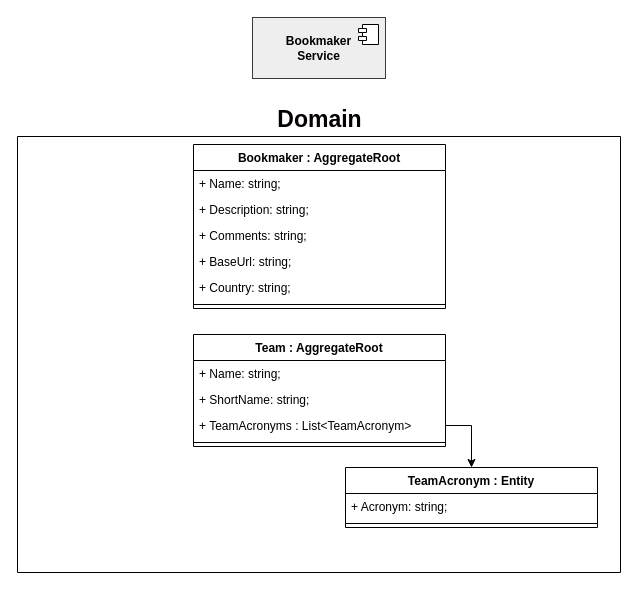
Above: page "bookmaker-service" (2 of 2) of diagrams/bookmaker-service.drawio in skullizador/bookmaker-service (draw.io), before the change. Source tidied: cells renumbered, new cells numbered last; positions are measured from the earlier drawing's top-left corner, leaving out a move shared by most shapes. Both pictures are drawn from the tidied source at 100%, with x=0, y=0 at pixel (17, 17).
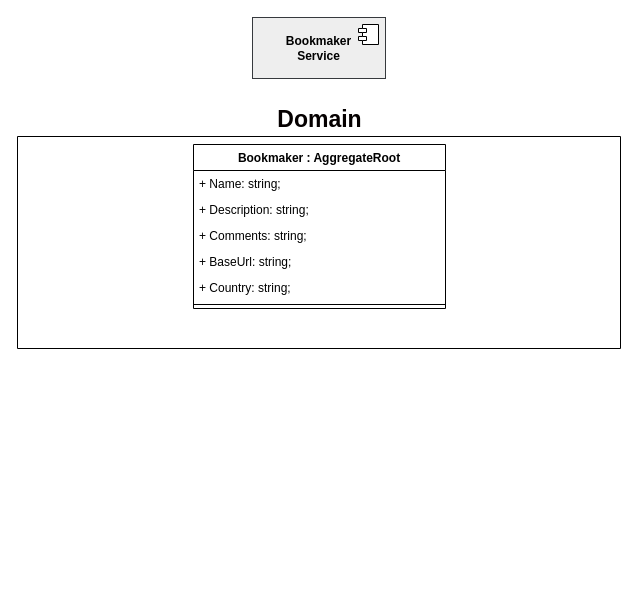
Above is the later version.

The edit, as a diff of the source:
```diff
@@
     <mxCell id="4" value="Domain" style="swimlane;horizontal=1;fontSize=23;html=1;labelPosition=center;verticalLabelPosition=top;align=center;verticalAlign=bottom;startSize=0;glass=0;shadow=0;swimlaneFillColor=none;fontColor=#050000;" parent="1" vertex="1">
-      <mxGeometry y="119" width="603" height="436" as="geometry" />
+      <mxGeometry y="119" width="603" height="212" as="geometry" />
     </mxCell>
-    <mxCell id="5" value="Team : AggregateRoot" style="swimlane;fontStyle=1;align=center;verticalAlign=top;horizontal=1;startSize=26;" parent="4" vertex="1">
-      <mxGeometry x="176" y="198" width="252" height="112" as="geometry" />
-    </mxCell>
-    <mxCell id="6" value="+ Name: string;" style="text;strokeColor=none;fillColor=none;align=left;verticalAlign=top;spacingLeft=4;spacingRight=4;overflow=hidden;" parent="5" vertex="1">
-      <mxGeometry y="26" width="252" height="26" as="geometry" />
-    </mxCell>
-    <mxCell id="7" value="+ ShortName: string;" style="text;strokeColor=none;fillColor=none;align=left;verticalAlign=top;spacingLeft=4;spacingRight=4;overflow=hidden;" parent="5" vertex="1">
-      <mxGeometry y="52" width="252" height="26" as="geometry" />
-    </mxCell>
-    <mxCell id="8" value="+ TeamAcronyms : List&lt;TeamAcronym&gt;" style="text;strokeColor=none;fillColor=none;align=left;verticalAlign=top;spacingLeft=4;spacingRight=4;overflow=hidden;points=[[0,0.5],[1,0.5]];portConstraint=eastwest;" parent="5" vertex="1">
-      <mxGeometry y="78" width="252" height="26" as="geometry" />
-    </mxCell>
-    <mxCell id="9" style="line;strokeWidth=1;fillColor=none;align=left;verticalAlign=middle;spacingTop=-1;spacingLeft=3;spacingRight=3;labelPosition=right;" parent="5" vertex="1">
-      <mxGeometry y="104" width="252" height="8" as="geometry" />
-    </mxCell>
@@
-    <mxCell id="17" value="TeamAcronym : Entity" style="swimlane;fontStyle=1;align=center;verticalAlign=top;horizontal=1;startSize=26;" parent="4" vertex="1">
-      <mxGeometry x="328" y="331" width="252" height="60" as="geometry" />
-    </mxCell>
-    <mxCell id="18" value="+ Acronym: string;" style="text;strokeColor=none;fillColor=none;align=left;verticalAlign=top;spacingLeft=4;spacingRight=4;overflow=hidden;" parent="17" vertex="1">
-      <mxGeometry y="26" width="252" height="26" as="geometry" />
-    </mxCell>
-    <mxCell id="19" style="line;strokeWidth=1;fillColor=none;align=left;verticalAlign=middle;spacingTop=-1;spacingLeft=3;spacingRight=3;labelPosition=right;" parent="17" vertex="1">
-      <mxGeometry y="52" width="252" height="8" as="geometry" />
-    </mxCell>
-    <mxCell id="20" style="edgeStyle=orthogonalEdgeStyle;rounded=0;jettySize=auto;html=1;" parent="4" edge="1" source="8" target="17">
-      <mxGeometry relative="1" as="geometry" />
-    </mxCell>
```
